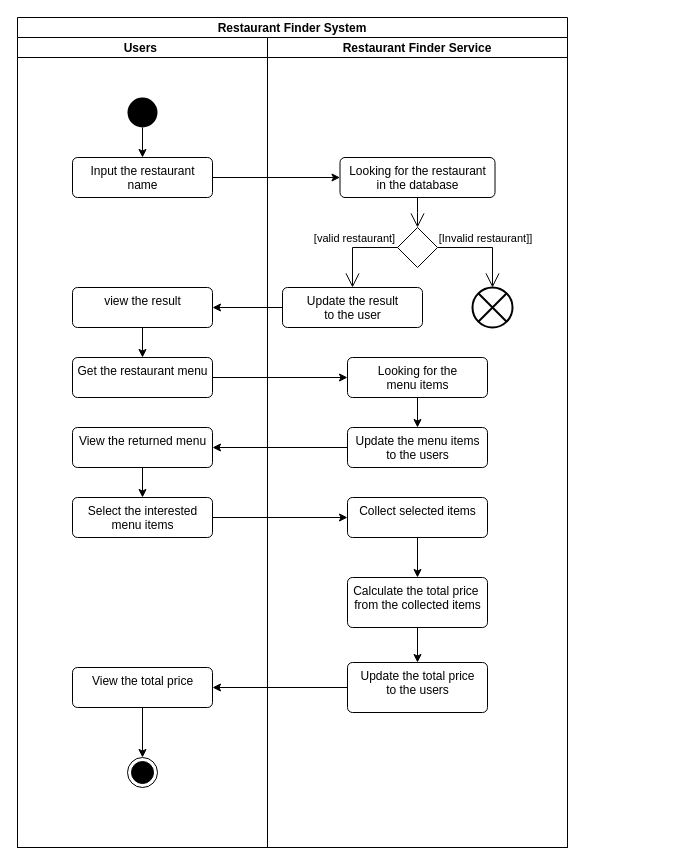
Above: Activity Diagram - Restaurant finder.drawio in upgrad-edu/Courses (draw.io), before the change. Source tidied: cells renumbered, new cells numbered last; positions are measured from the earlier drawing's top-left corner, leaving out a move shared by most shapes. Both pictures are drawn from the tidied source at 100%, with x=0, y=0 at pixel (17, 17).
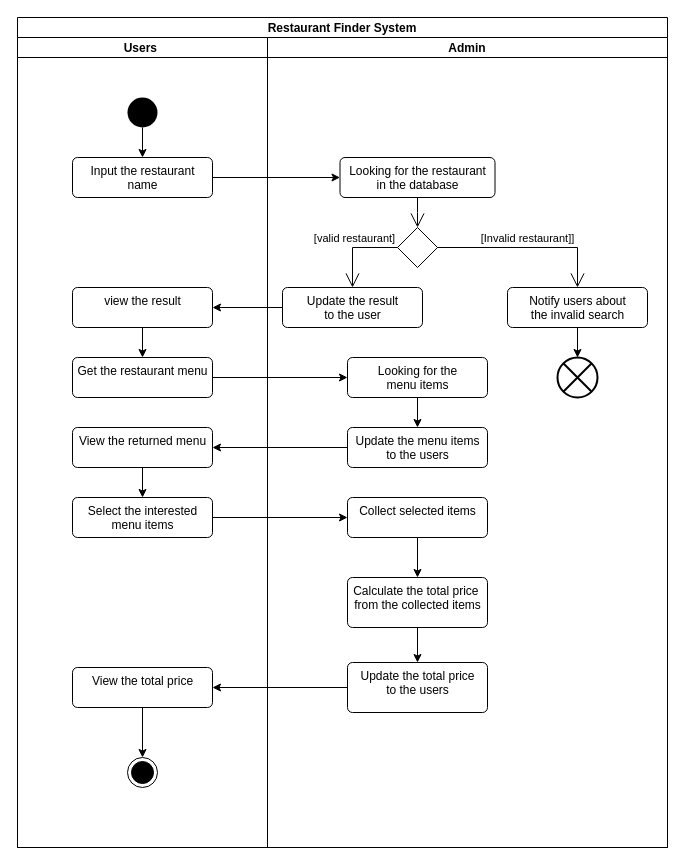
Above is the later version.

Unchanged cells that the change refers to:
```xml
<mxCell id="20" style="shape=rhombus;html=1;verticalLabelPosition=bottom;verticalAlignment=top;" parent="16" vertex="1">
  <mxGeometry x="130" y="190" width="40" height="40" as="geometry" />
</mxCell>
```

Diff of the diagram source:
```diff
@@
     <mxCell id="2" value="Restaurant Finder System" style="swimlane;startSize=20;" parent="1" vertex="1">
-      <mxGeometry width="550" height="830" as="geometry" />
+      <mxGeometry width="650" height="830" as="geometry" />
     </mxCell>
@@
-    <mxCell id="16" value="Restaurant Finder Service" style="swimlane;startSize=20;" parent="2" vertex="1">
-      <mxGeometry x="250" y="20" width="300" height="810" as="geometry" />
+    <mxCell id="16" value="Admin" style="swimlane;startSize=20;" parent="2" vertex="1">
+      <mxGeometry x="250" y="20" width="400" height="810" as="geometry" />
     </mxCell>
@@
-    <mxCell id="19" style="html=1;shape=mxgraph.sysml.flowFinal;strokeWidth=2;verticalLabelPosition=bottom;verticalAlignment=top;" parent="16" vertex="1">
-      <mxGeometry x="205" y="250" width="40" height="40" as="geometry" />
-    </mxCell>
@@
-    <mxCell id="22" value="[Invalid restaurant]]" style="edgeStyle=elbowEdgeStyle;html=1;elbow=vertical;verticalAlign=bottom;endArrow=open;rounded=0;labelBackgroundColor=none;endSize=12;entryX=0.5;entryY=0;entryDx=0;entryDy=0;entryPerimeter=0;exitX=1;exitY=0.5;exitDx=0;exitDy=0;" parent="16" edge="1" source="20" target="19">
+    <mxCell id="22" value="[Invalid restaurant]]" style="edgeStyle=elbowEdgeStyle;html=1;elbow=vertical;verticalAlign=bottom;endArrow=open;rounded=0;labelBackgroundColor=none;endSize=12;entryX=0.5;entryY=0;entryDx=0;entryDy=0;entryPerimeter=0;exitX=1;exitY=0.5;exitDx=0;exitDy=0;" parent="16" edge="1" source="20" target="40">
       <mxGeometry relative="1" as="geometry">
         <Array as="points">
           <mxPoint x="235" y="210" />
         </Array>
       </mxGeometry>
     </mxCell>
@@
+    <mxCell id="38" style="html=1;shape=mxgraph.sysml.flowFinal;strokeWidth=2;verticalLabelPosition=bottom;verticalAlignment=top;" parent="16" vertex="1">
+      <mxGeometry x="290" y="320" width="40" height="40" as="geometry" />
+    </mxCell>
+    <mxCell id="39" style="edgeStyle=orthogonalEdgeStyle;rounded=0;jettySize=auto;html=1;" parent="16" edge="1" source="40" target="38">
+      <mxGeometry relative="1" as="geometry" />
+    </mxCell>
+    <mxCell id="40" value="Notify users about &lt;br&gt;the invalid search" style="html=1;align=center;verticalAlign=top;rounded=1;absoluteArcSize=1;arcSize=10;dashed=0;" parent="16" vertex="1">
+      <mxGeometry x="240" y="250" width="140" height="40" as="geometry" />
+    </mxCell>
```
